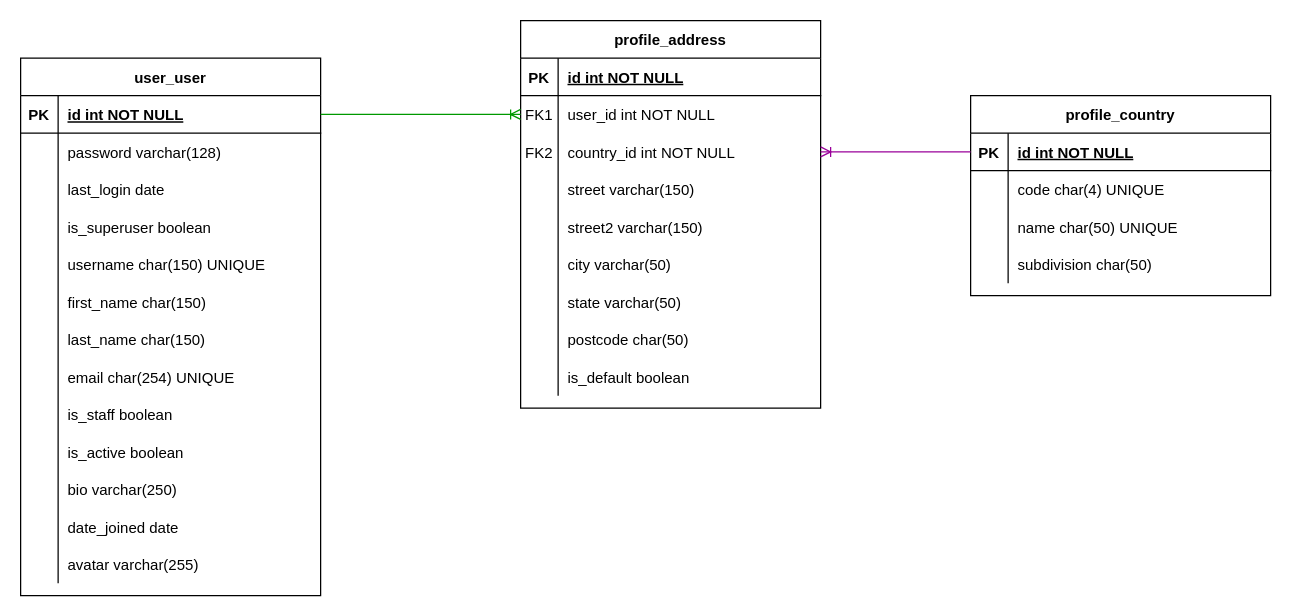
Earlier version of the draw.io diagram page "database-schema" (1 of 11) of doc/design/recipes-n-stuff.drawio (ibuttimer/recipes-n-stuff). Source tidied: cells renumbered, new cells numbered last; positions are measured from the earlier drawing's top-left corner, leaving out a move shared by most shapes. Both pictures are drawn from the tidied source at 125%, with x=0, y=0 at pixel (20, 20).
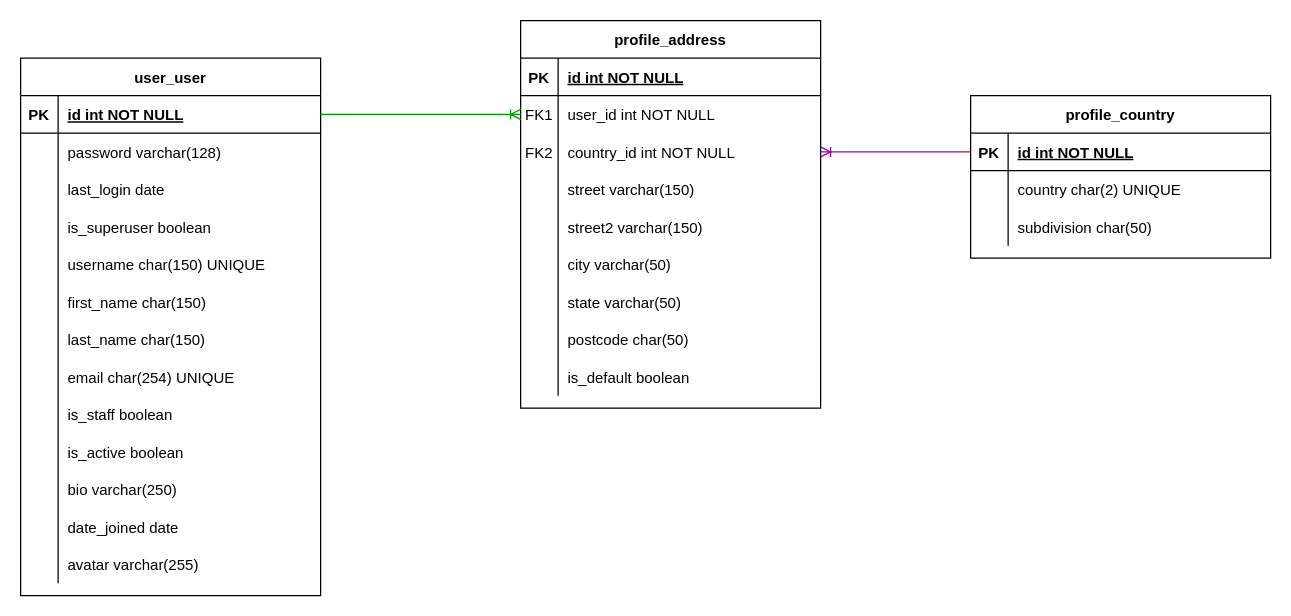
The same page after the edit.

Unchanged cells that the change refers to:
```xml
<mxCell id="74" style="shape=partialRectangle;fillColor=none;top=0;left=0;right=0;bottom=0;" parent="70" vertex="1">
  <mxGeometry y="60" width="240" height="30" as="geometry" />
</mxCell>
```

The edit, as a diff of the source:
```diff
@@
     <mxCell id="70" value="profile_country" style="shape=table;startSize=30;childLayout=tableLayout;rowLines=0;fontStyle=1;align=center;" parent="1" vertex="1">
-      <mxGeometry x="760" y="60" width="240" height="160" as="geometry" />
+      <mxGeometry x="760" y="60" width="240" height="130" as="geometry" />
     </mxCell>
@@
-    <mxCell id="76" value="code char(4) UNIQUE" style="shape=partialRectangle;overflow=hidden;fillColor=none;top=0;left=0;bottom=0;right=0;align=left;spacingLeft=6;" parent="74" vertex="1">
+    <mxCell id="76" value="country char(2) UNIQUE" style="shape=partialRectangle;overflow=hidden;fillColor=none;top=0;left=0;bottom=0;right=0;align=left;spacingLeft=6;" parent="74" vertex="1">
       <mxGeometry x="30" width="210" height="30" as="geometry" />
     </mxCell>
-    <mxCell id="77" style="shape=partialRectangle;fillColor=none;top=0;left=0;right=0;bottom=0;" parent="70" vertex="1">
-      <mxGeometry y="90" width="240" height="30" as="geometry" />
-    </mxCell>
-    <mxCell id="78" style="shape=partialRectangle;overflow=hidden;fillColor=none;top=0;left=0;bottom=0;right=0;" parent="77" vertex="1">
-      <mxGeometry width="30" height="30" as="geometry" />
-    </mxCell>
-    <mxCell id="79" value="name char(50) UNIQUE" style="shape=partialRectangle;overflow=hidden;fillColor=none;top=0;left=0;bottom=0;right=0;align=left;spacingLeft=6;" parent="77" vertex="1">
-      <mxGeometry x="30" width="210" height="30" as="geometry" />
-    </mxCell>
     <mxCell id="80" style="shape=partialRectangle;fillColor=none;top=0;left=0;right=0;bottom=0;" parent="70" vertex="1">
-      <mxGeometry y="120" width="240" height="30" as="geometry" />
+      <mxGeometry y="90" width="240" height="30" as="geometry" />
     </mxCell>
```
